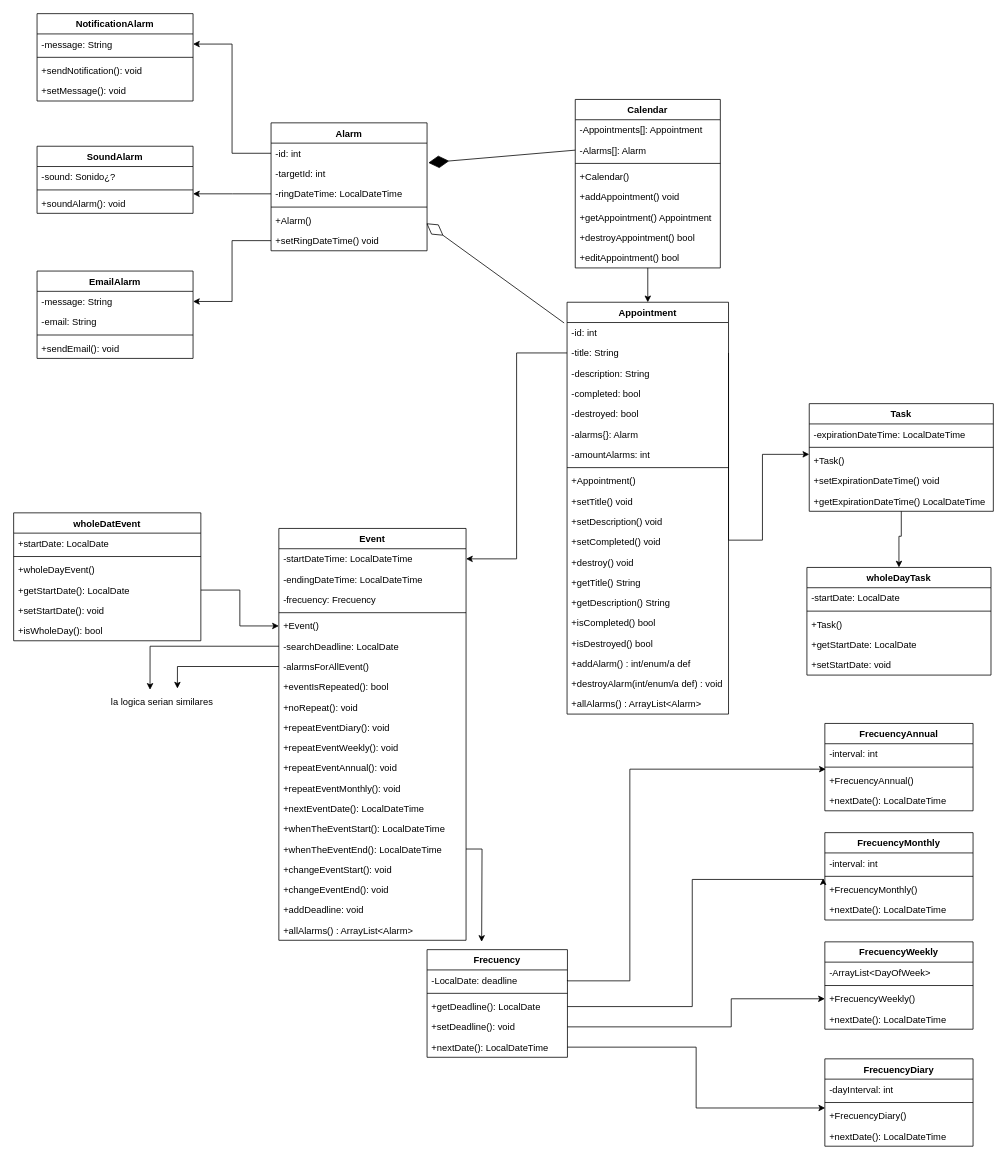
The draw.io diagram doc/UML-Calendar_Class_Diagram.drawio in gmenendez0/Calendar, before the edit. Source tidied: cells renumbered, new cells numbered last; positions are measured from the earlier drawing's top-left corner, leaving out a move shared by most shapes. Both pictures are drawn from the tidied source at 78%, with x=0, y=0 at pixel (13, 13).
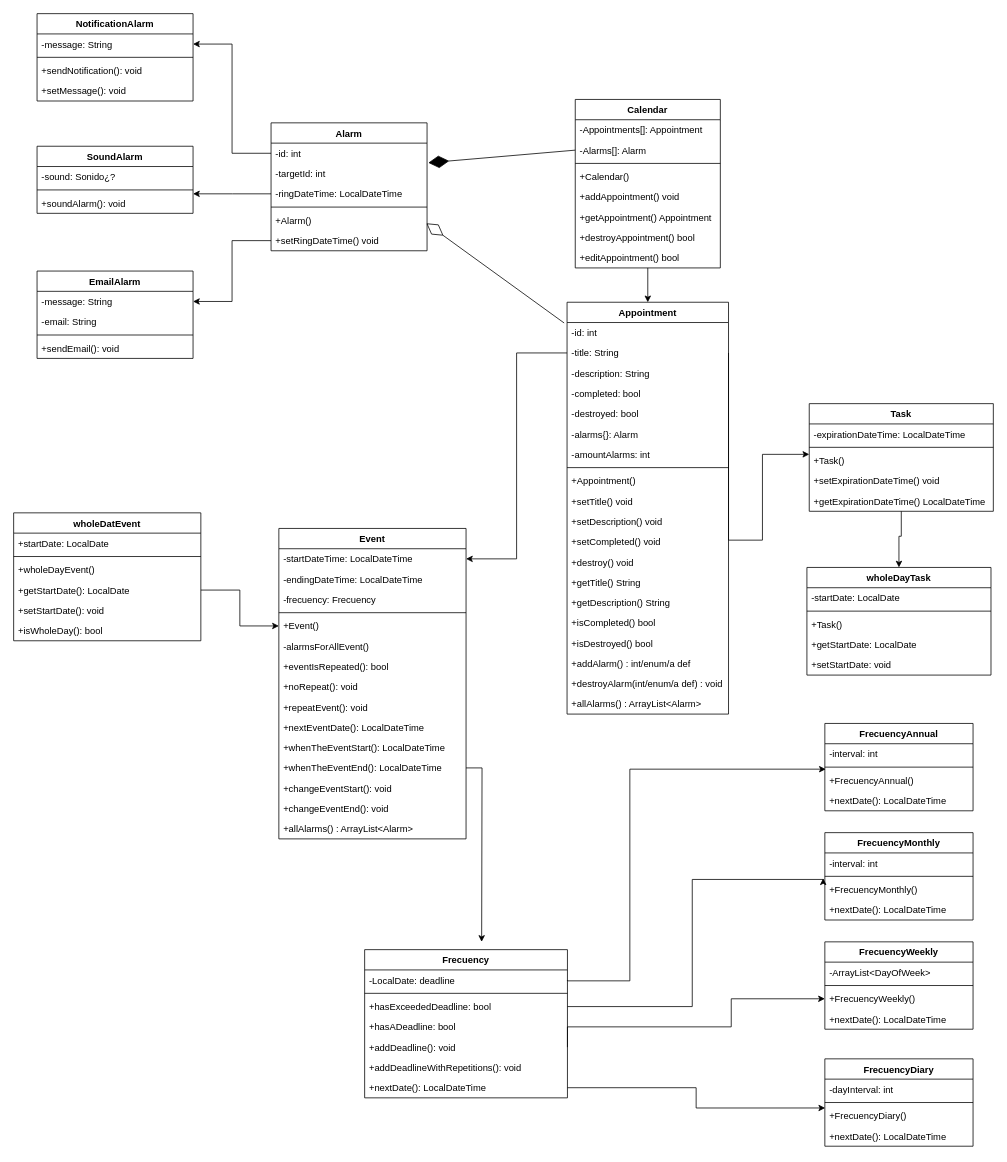
Above is the later version.

Change to the diagram source:
```diff
@@
     <mxCell id="12" value="Event" style="swimlane;fontStyle=1;align=center;verticalAlign=top;horizontal=1;startSize=26;" parent="1" vertex="1">
-      <mxGeometry x="340" y="660" width="240" height="528" as="geometry" />
+      <mxGeometry x="340" y="660" width="240" height="398" as="geometry" />
     </mxCell>
@@
-    <mxCell id="18" value="-searchDeadline: LocalDate" style="text;strokeColor=none;fillColor=none;align=left;verticalAlign=top;spacingLeft=4;spacingRight=4;overflow=hidden;points=[[0,0.5],[1,0.5]];portConstraint=eastwest;" parent="12" vertex="1">
-      <mxGeometry y="138" width="240" height="26" as="geometry" />
-    </mxCell>
     <mxCell id="19" value="-alarmsForAllEvent()" style="text;strokeColor=none;fillColor=none;align=left;verticalAlign=top;spacingLeft=4;spacingRight=4;overflow=hidden;points=[[0,0.5],[1,0.5]];portConstraint=eastwest;" parent="12" vertex="1">
-      <mxGeometry y="164" width="240" height="26" as="geometry" />
+      <mxGeometry y="138" width="240" height="26" as="geometry" />
     </mxCell>
     <mxCell id="20" value="+eventIsRepeated(): bool" style="text;strokeColor=none;fillColor=none;align=left;verticalAlign=top;spacingLeft=4;spacingRight=4;overflow=hidden;" parent="12" vertex="1">
-      <mxGeometry y="190" width="240" height="26" as="geometry" />
+      <mxGeometry y="164" width="240" height="26" as="geometry" />
     </mxCell>
     <mxCell id="21" value="+noRepeat(): void" style="text;strokeColor=none;fillColor=none;align=left;verticalAlign=top;spacingLeft=4;spacingRight=4;overflow=hidden;" parent="12" vertex="1">
-      <mxGeometry y="216" width="240" height="26" as="geometry" />
+      <mxGeometry y="190" width="240" height="26" as="geometry" />
     </mxCell>
-    <mxCell id="22" value="+repeatEventDiary(): void" style="text;strokeColor=none;fillColor=none;align=left;verticalAlign=top;spacingLeft=4;spacingRight=4;overflow=hidden;" parent="12" vertex="1">
-      <mxGeometry y="242" width="240" height="26" as="geometry" />
-    </mxCell>
-    <mxCell id="23" value="+repeatEventWeekly(): void" style="text;strokeColor=none;fillColor=none;align=left;verticalAlign=top;spacingLeft=4;spacingRight=4;overflow=hidden;" parent="12" vertex="1">
-      <mxGeometry y="268" width="240" height="26" as="geometry" />
-    </mxCell>
-    <mxCell id="24" value="+repeatEventAnnual(): void" style="text;strokeColor=none;fillColor=none;align=left;verticalAlign=top;spacingLeft=4;spacingRight=4;overflow=hidden;" parent="12" vertex="1">
-      <mxGeometry y="294" width="240" height="26" as="geometry" />
-    </mxCell>
-    <mxCell id="25" value="+repeatEventMonthly(): void" style="text;strokeColor=none;fillColor=none;align=left;verticalAlign=top;spacingLeft=4;spacingRight=4;overflow=hidden;" parent="12" vertex="1">
-      <mxGeometry y="320" width="240" height="26" as="geometry" />
+    <mxCell id="25" value="+repeatEvent(): void" style="text;strokeColor=none;fillColor=none;align=left;verticalAlign=top;spacingLeft=4;spacingRight=4;overflow=hidden;" parent="12" vertex="1">
+      <mxGeometry y="216" width="240" height="26" as="geometry" />
     </mxCell>
     <mxCell id="26" value="+nextEventDate(): LocalDateTime" style="text;strokeColor=none;fillColor=none;align=left;verticalAlign=top;spacingLeft=4;spacingRight=4;overflow=hidden;" parent="12" vertex="1">
-      <mxGeometry y="346" width="240" height="26" as="geometry" />
+      <mxGeometry y="242" width="240" height="26" as="geometry" />
     </mxCell>
@@
     <mxCell id="28" value="+whenTheEventStart(): LocalDateTime" style="text;strokeColor=none;fillColor=none;align=left;verticalAlign=top;spacingLeft=4;spacingRight=4;overflow=hidden;" parent="12" vertex="1">
-      <mxGeometry y="372" width="240" height="26" as="geometry" />
+      <mxGeometry y="268" width="240" height="26" as="geometry" />
     </mxCell>
     <mxCell id="29" value="+whenTheEventEnd(): LocalDateTime" style="text;strokeColor=none;fillColor=none;align=left;verticalAlign=top;spacingLeft=4;spacingRight=4;overflow=hidden;points=[[0,0.5],[1,0.5]];portConstraint=eastwest;" parent="12" vertex="1">
-      <mxGeometry y="398" width="240" height="26" as="geometry" />
+      <mxGeometry y="294" width="240" height="26" as="geometry" />
     </mxCell>
     <mxCell id="30" value="+changeEventStart(): void" style="text;strokeColor=none;fillColor=none;align=left;verticalAlign=top;spacingLeft=4;spacingRight=4;overflow=hidden;" parent="12" vertex="1">
-      <mxGeometry y="424" width="240" height="26" as="geometry" />
+      <mxGeometry y="320" width="240" height="26" as="geometry" />
     </mxCell>
     <mxCell id="31" value="+changeEventEnd(): void" style="text;strokeColor=none;fillColor=none;align=left;verticalAlign=top;spacingLeft=4;spacingRight=4;overflow=hidden;" parent="12" vertex="1">
-      <mxGeometry y="450" width="240" height="26" as="geometry" />
+      <mxGeometry y="346" width="240" height="26" as="geometry" />
     </mxCell>
-    <mxCell id="32" value="+addDeadline: void" style="text;strokeColor=none;fillColor=none;align=left;verticalAlign=top;spacingLeft=4;spacingRight=4;overflow=hidden;" parent="12" vertex="1">
-      <mxGeometry y="476" width="240" height="26" as="geometry" />
-    </mxCell>
     <mxCell id="33" value="+allAlarms() : ArrayList&lt;Alarm&gt;" style="text;strokeColor=none;fillColor=none;align=left;verticalAlign=top;spacingLeft=4;spacingRight=4;overflow=hidden;" parent="12" vertex="1">
-      <mxGeometry y="502" width="240" height="26" as="geometry" />
+      <mxGeometry y="372" width="240" height="26" as="geometry" />
     </mxCell>
@@
     <mxCell id="71" value="Frecuency" style="swimlane;fontStyle=1;align=center;verticalAlign=top;horizontal=1;startSize=26;" parent="1" vertex="1">
-      <mxGeometry x="530" y="1200" width="180" height="138" as="geometry" />
+      <mxGeometry x="450" y="1200" width="260" height="190" as="geometry" />
     </mxCell>
     <mxCell id="72" value="-LocalDate: deadline" style="text;strokeColor=none;fillColor=none;align=left;verticalAlign=top;spacingLeft=4;spacingRight=4;overflow=hidden;points=[[0,0.5],[1,0.5]];portConstraint=eastwest;" parent="71" vertex="1">
-      <mxGeometry y="26" width="180" height="26" as="geometry" />
+      <mxGeometry y="26" width="260" height="26" as="geometry" />
     </mxCell>
     <mxCell id="73" style="line;strokeWidth=1;fillColor=none;align=left;verticalAlign=middle;spacingTop=-1;spacingLeft=3;spacingRight=3;labelPosition=right;strokeColor=inherit;" parent="71" vertex="1">
-      <mxGeometry y="52" width="180" height="8" as="geometry" />
+      <mxGeometry y="52" width="260" height="8" as="geometry" />
     </mxCell>
-    <mxCell id="74" value="+getDeadline(): LocalDate" style="text;strokeColor=none;fillColor=none;align=left;verticalAlign=top;spacingLeft=4;spacingRight=4;overflow=hidden;points=[[0,0.5],[1,0.5]];portConstraint=eastwest;" parent="71" vertex="1">
-      <mxGeometry y="60" width="180" height="26" as="geometry" />
+    <mxCell id="74" value="+hasExceededDeadline: bool" style="text;strokeColor=none;fillColor=none;align=left;verticalAlign=top;spacingLeft=4;spacingRight=4;overflow=hidden;points=[[0,0.5],[1,0.5]];portConstraint=eastwest;" parent="71" vertex="1">
+      <mxGeometry y="60" width="260" height="26" as="geometry" />
     </mxCell>
+    <mxCell id="138" value="+hasADeadline: bool" style="text;strokeColor=none;fillColor=none;align=left;verticalAlign=top;spacingLeft=4;spacingRight=4;overflow=hidden;" parent="71" vertex="1">
+      <mxGeometry y="86" width="260" height="26" as="geometry" />
+    </mxCell>
-    <mxCell id="75" value="+setDeadline(): void" style="text;strokeColor=none;fillColor=none;align=left;verticalAlign=top;spacingLeft=4;spacingRight=4;overflow=hidden;points=[[0,0.5],[1,0.5]];portConstraint=eastwest;" parent="71" vertex="1">
-      <mxGeometry y="86" width="180" height="26" as="geometry" />
+    <mxCell id="75" value="+addDeadline(): void" style="text;strokeColor=none;fillColor=none;align=left;verticalAlign=top;spacingLeft=4;spacingRight=4;overflow=hidden;points=[[0,0.5],[1,0.5]];portConstraint=eastwest;" parent="71" vertex="1">
+      <mxGeometry y="112" width="260" height="26" as="geometry" />
     </mxCell>
+    <mxCell id="139" value="+addDeadlineWithRepetitions(): void" style="text;strokeColor=none;fillColor=none;align=left;verticalAlign=top;spacingLeft=4;spacingRight=4;overflow=hidden;" parent="71" vertex="1">
+      <mxGeometry y="138" width="260" height="26" as="geometry" />
+    </mxCell>
     <mxCell id="76" value="+nextDate(): LocalDateTime" style="text;strokeColor=none;fillColor=none;align=left;verticalAlign=top;spacingLeft=4;spacingRight=4;overflow=hidden;points=[[0,0.5],[1,0.5]];portConstraint=eastwest;" parent="71" vertex="1">
-      <mxGeometry y="112" width="180" height="26" as="geometry" />
+      <mxGeometry y="164" width="260" height="26" as="geometry" />
     </mxCell>
@@
-    <mxCell id="118" value="la logica serian similares&lt;br&gt;" style="text;html=1;align=center;verticalAlign=middle;points=[];strokeColor=none;fillColor=none;" parent="1" vertex="1">
-      <mxGeometry x="115" y="868" width="150" height="30" as="geometry" />
-    </mxCell>
-    <mxCell id="119" style="edgeStyle=orthogonalEdgeStyle;rounded=0;jettySize=auto;html=1;entryX=0.399;entryY=-0.04;entryDx=0;entryDy=0;entryPerimeter=0;" parent="1" edge="1" source="18" target="118">
-      <mxGeometry relative="1" as="geometry" />
-    </mxCell>
-    <mxCell id="120" style="edgeStyle=orthogonalEdgeStyle;rounded=0;jettySize=auto;html=1;exitX=0;exitY=0.5;exitDx=0;exitDy=0;entryX=0.633;entryY=-0.093;entryDx=0;entryDy=0;entryPerimeter=0;" parent="1" edge="1" source="19" target="118">
-      <mxGeometry relative="1" as="geometry" />
-    </mxCell>
```
